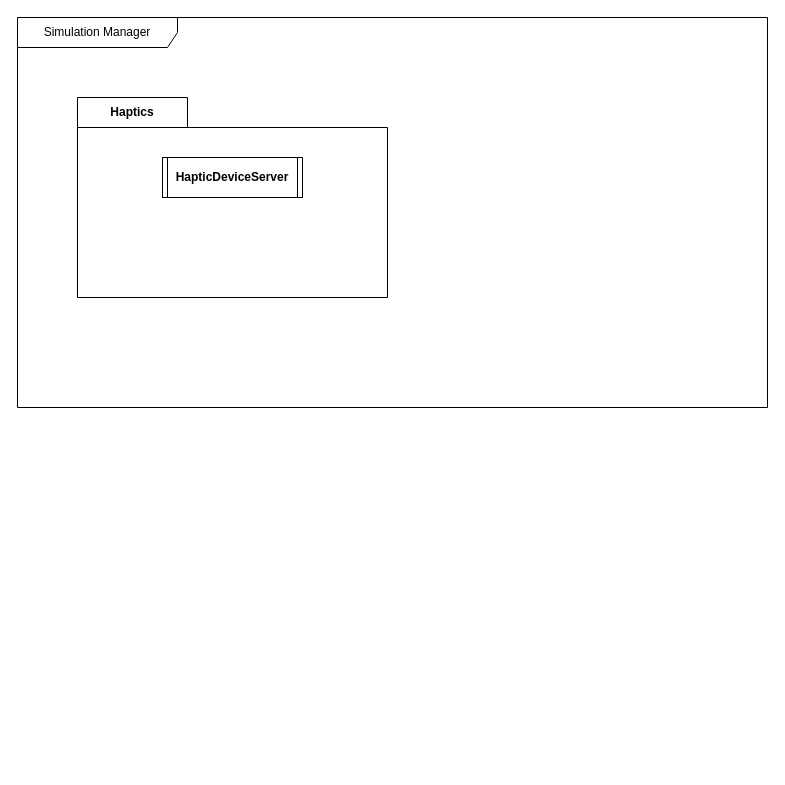
This is CAS/Drawio/Simulation-Manager.drawio from robotics-intelligent-systems/jfxrss, a draw.io file, before an edit. Source tidied: cells renumbered, new cells numbered last; positions are measured from the earlier drawing's top-left corner, leaving out a move shared by most shapes. Both pictures are drawn from the tidied source at 100%, with x=0, y=0 at pixel (17, 17).
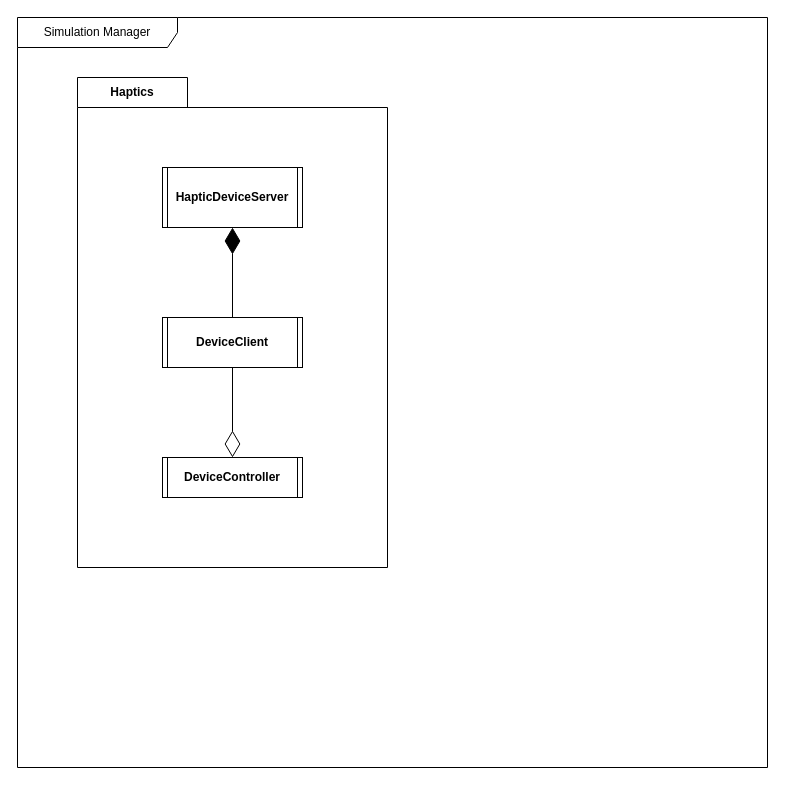
The same diagram, later.

Commit message (it also covers changes not shown here):
[update] Including devicecontroller description

Change to the diagram source:
```diff
@@
 <mxGraphModel>
   <root>
     <mxCell id="0" />
     <mxCell id="1" parent="0" />
     <mxCell id="2" value="Simulation Manager" style="shape=umlFrame;whiteSpace=wrap;html=1;width=160;" parent="1" vertex="1">
-      <mxGeometry width="750" height="390" as="geometry" />
+      <mxGeometry width="750" height="750" as="geometry" />
     </mxCell>
     <mxCell id="3" value="Haptics" style="shape=folder;fontStyle=1;tabWidth=110;tabHeight=30;tabPosition=left;html=1;boundedLbl=1;labelInHeader=1;whiteSpace=wrap;" parent="2" vertex="1">
-      <mxGeometry x="60" y="80" width="310" height="200" as="geometry" />
+      <mxGeometry x="60" y="60" width="310" height="490" as="geometry" />
     </mxCell>
     <mxCell id="4" value="HapticDeviceServer" style="shape=process2;fixedSize=1;size=5;fontStyle=1;html=1;whiteSpace=wrap;" parent="3" vertex="1">
-      <mxGeometry x="85" y="60" width="140" height="40" as="geometry" />
+      <mxGeometry x="85" y="90" width="140" height="60" as="geometry" />
     </mxCell>
+    <mxCell id="5" value="DeviceClient" style="shape=process2;fixedSize=1;size=5;fontStyle=1;html=1;whiteSpace=wrap;" parent="3" vertex="1">
+      <mxGeometry x="85" y="240" width="140" height="50" as="geometry" />
+    </mxCell>
+    <mxCell id="6" style="endArrow=diamondThin;endFill=1;endSize=24;html=1;rounded=0;entryX=0.5;entryY=1;entryDx=0;entryDy=0;" parent="3" edge="1" source="5" target="4">
+      <mxGeometry relative="1" as="geometry" />
+    </mxCell>
+    <mxCell id="7" value="DeviceController" style="shape=process2;fixedSize=1;size=5;fontStyle=1;html=1;whiteSpace=wrap;" parent="3" vertex="1">
+      <mxGeometry x="85" y="380" width="140" height="40" as="geometry" />
+    </mxCell>
+    <mxCell id="8" style="endArrow=diamondThin;endFill=0;endSize=24;html=1;rounded=0;exitX=0.5;exitY=1;exitDx=0;exitDy=0;entryX=0.5;entryY=0;entryDx=0;entryDy=0;" parent="3" edge="1" source="5" target="7">
+      <mxGeometry relative="1" as="geometry" />
+    </mxCell>
   </root>
 </mxGraphModel>
```
